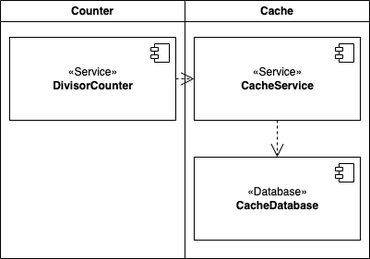
Above: doc.drawio.png in wehba-dotcom/DivisorCounter (draw.io), before the change. Source tidied: cells renumbered, new cells last; positions are measured from the earlier drawing's top-left corner, leaving out a move shared by most shapes.
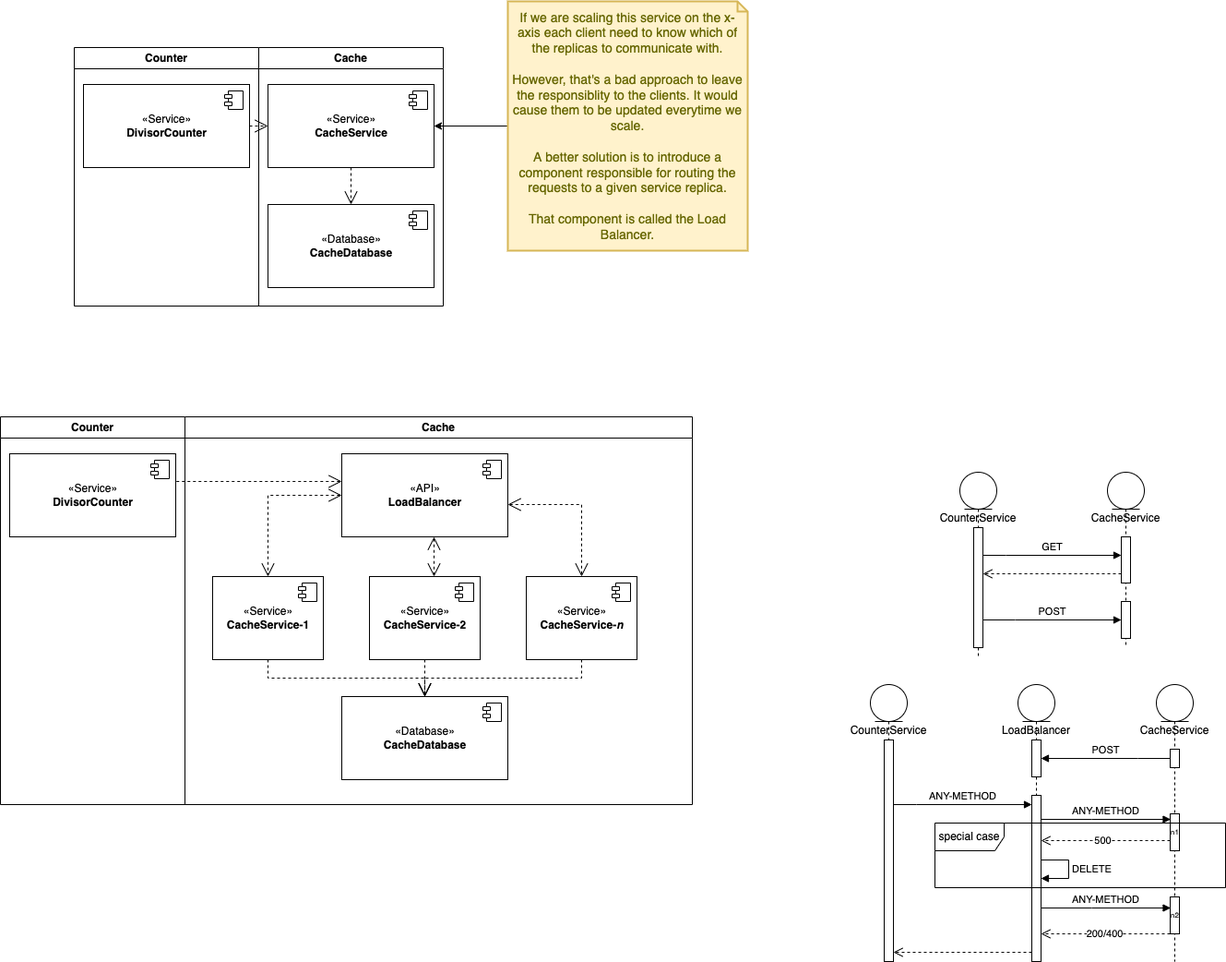
The same file after the commit.

Change to the diagram source:
```diff
@@ -38,5 +38,256 @@
     <mxCell id="11" style="endArrow=open;endSize=12;dashed=1;html=1;rounded=0;" parent="1" edge="1" source="3" target="6">
       <mxGeometry relative="1" as="geometry" />
     </mxCell>
+    <mxCell id="12" style="edgeStyle=orthogonalEdgeStyle;rounded=0;jettySize=auto;html=1;" parent="1" edge="1" source="13" target="6">
+      <mxGeometry relative="1" as="geometry" />
+    </mxCell>
+    <mxCell id="13" value="If we are scaling this service on the x-axis each client need to know which of the replicas to communicate with.&lt;br&gt;&lt;br&gt;However, that's a bad approach to leave the responsiblity to the clients. It would cause them to be updated everytime we scale.&lt;br&gt;&lt;br&gt;A better solution is to introduce a component responsible for routing the requests to a given service replica.&lt;br&gt;&lt;br&gt;That component is called the Load Balancer." style="shape=note;strokeWidth=2;fontSize=14;size=11;whiteSpace=wrap;html=1;fillColor=#fff2cc;strokeColor=#d6b656;fontColor=#666600;" parent="1" vertex="1">
+      <mxGeometry x="470" y="-50" width="260" height="270" as="geometry" />
+    </mxCell>
+    <mxCell id="14" value="Counter" style="swimlane;whiteSpace=wrap;html=1;" parent="1" vertex="1">
+      <mxGeometry x="-80" y="400" width="200" height="420" as="geometry" />
+    </mxCell>
+    <mxCell id="15" value="«Service»&lt;br&gt;&lt;b&gt;DivisorCounter&lt;/b&gt;" style="html=1;" parent="14" vertex="1">
+      <mxGeometry x="10" y="40" width="180" height="90" as="geometry" />
+    </mxCell>
+    <mxCell id="16" style="shape=module;jettyWidth=8;jettyHeight=4;" parent="15" vertex="1">
+      <mxGeometry x="1" width="20" height="20" relative="1" as="geometry">
+        <mxPoint x="-27" y="7" as="offset" />
+      </mxGeometry>
+    </mxCell>
+    <mxCell id="17" value="Cache&lt;br&gt;" style="swimlane;whiteSpace=wrap;html=1;" parent="1" vertex="1">
+      <mxGeometry x="120" y="400" width="550" height="420" as="geometry" />
+    </mxCell>
+    <mxCell id="18" value="«Database»&lt;br&gt;&lt;b&gt;CacheDatabase&lt;/b&gt;" style="html=1;" parent="17" vertex="1">
+      <mxGeometry x="170" y="303" width="180" height="90" as="geometry" />
+    </mxCell>
+    <mxCell id="19" style="shape=module;jettyWidth=8;jettyHeight=4;" parent="18" vertex="1">
+      <mxGeometry x="1" width="20" height="20" relative="1" as="geometry">
+        <mxPoint x="-27" y="7" as="offset" />
+      </mxGeometry>
+    </mxCell>
+    <mxCell id="20" style="endArrow=open;endSize=12;dashed=1;html=1;rounded=0;" parent="17" edge="1" target="18">
+      <mxGeometry relative="1" as="geometry">
+        <mxPoint x="260" y="263" as="sourcePoint" />
+      </mxGeometry>
+    </mxCell>
+    <mxCell id="21" value="«Service»&lt;br&gt;&lt;b&gt;CacheService-1&lt;/b&gt;" style="html=1;" parent="17" vertex="1">
+      <mxGeometry x="30" y="173" width="120" height="90" as="geometry" />
+    </mxCell>
+    <mxCell id="22" style="shape=module;jettyWidth=8;jettyHeight=4;" parent="21" vertex="1">
+      <mxGeometry x="1" width="20" height="20" relative="1" as="geometry">
+        <mxPoint x="-27" y="7" as="offset" />
+      </mxGeometry>
+    </mxCell>
+    <mxCell id="23" value="«Service»&lt;br&gt;&lt;b&gt;CacheService-2&lt;/b&gt;" style="html=1;" parent="17" vertex="1">
+      <mxGeometry x="200" y="173" width="120" height="90" as="geometry" />
+    </mxCell>
+    <mxCell id="24" style="shape=module;jettyWidth=8;jettyHeight=4;" parent="23" vertex="1">
+      <mxGeometry x="1" width="20" height="20" relative="1" as="geometry">
+        <mxPoint x="-27" y="7" as="offset" />
+      </mxGeometry>
+    </mxCell>
+    <mxCell id="25" value="«Service»&lt;br&gt;&lt;b&gt;CacheService-&lt;i&gt;n&lt;/i&gt;&lt;/b&gt;" style="html=1;" parent="17" vertex="1">
+      <mxGeometry x="370" y="173" width="120" height="90" as="geometry" />
+    </mxCell>
+    <mxCell id="26" style="shape=module;jettyWidth=8;jettyHeight=4;" parent="25" vertex="1">
+      <mxGeometry x="1" width="20" height="20" relative="1" as="geometry">
+        <mxPoint x="-27" y="7" as="offset" />
+      </mxGeometry>
+    </mxCell>
+    <mxCell id="27" style="endArrow=open;endSize=12;dashed=1;html=1;rounded=0;edgeStyle=orthogonalEdgeStyle;" parent="17" edge="1" source="21" target="18">
+      <mxGeometry relative="1" as="geometry">
+        <Array as="points">
+          <mxPoint x="90" y="283" />
+          <mxPoint x="260" y="283" />
+        </Array>
+      </mxGeometry>
+    </mxCell>
+    <mxCell id="28" style="endArrow=open;endSize=12;dashed=1;html=1;rounded=0;edgeStyle=orthogonalEdgeStyle;" parent="17" edge="1" source="25" target="18">
+      <mxGeometry relative="1" as="geometry">
+        <Array as="points">
+          <mxPoint x="430" y="283" />
+          <mxPoint x="260" y="283" />
+        </Array>
+      </mxGeometry>
+    </mxCell>
+    <mxCell id="29" value="«API»&lt;br&gt;&lt;b&gt;LoadBalancer&lt;/b&gt;" style="html=1;" parent="17" vertex="1">
+      <mxGeometry x="170" y="40" width="180" height="90" as="geometry" />
+    </mxCell>
+    <mxCell id="30" style="shape=module;jettyWidth=8;jettyHeight=4;" parent="29" vertex="1">
+      <mxGeometry x="1" width="20" height="20" relative="1" as="geometry">
+        <mxPoint x="-27" y="7" as="offset" />
+      </mxGeometry>
+    </mxCell>
+    <mxCell id="31" style="endArrow=open;endSize=12;dashed=1;html=1;rounded=0;edgeStyle=orthogonalEdgeStyle;startArrow=open;startFill=0;startSize=12;" parent="17" edge="1" source="29" target="21">
+      <mxGeometry relative="1" as="geometry">
+        <Array as="points">
+          <mxPoint x="90" y="85" />
+        </Array>
+      </mxGeometry>
+    </mxCell>
+    <mxCell id="32" style="endArrow=open;endSize=12;dashed=1;html=1;rounded=0;edgeStyle=orthogonalEdgeStyle;startArrow=open;startFill=0;startSize=12;" parent="17" edge="1" source="29" target="25">
+      <mxGeometry relative="1" as="geometry">
+        <Array as="points">
+          <mxPoint x="430" y="95" />
+        </Array>
+      </mxGeometry>
+    </mxCell>
+    <mxCell id="33" style="endArrow=open;endSize=12;dashed=1;html=1;rounded=0;edgeStyle=orthogonalEdgeStyle;startArrow=open;startFill=0;startSize=12;" parent="17" edge="1" source="29" target="23">
+      <mxGeometry relative="1" as="geometry">
+        <Array as="points">
+          <mxPoint x="270" y="160" />
+          <mxPoint x="270" y="160" />
+        </Array>
+      </mxGeometry>
+    </mxCell>
+    <mxCell id="34" style="endArrow=none;endSize=12;dashed=1;html=1;rounded=0;edgeStyle=orthogonalEdgeStyle;startArrow=open;startFill=0;startSize=12;endFill=0;" parent="1" edge="1" source="29" target="15">
+      <mxGeometry relative="1" as="geometry">
+        <Array as="points">
+          <mxPoint x="170" y="470" />
+          <mxPoint x="170" y="470" />
+        </Array>
+      </mxGeometry>
+    </mxCell>
+    <mxCell id="35" value="CounterService" style="shape=umlLifeline;participant=umlEntity;perimeter=lifelinePerimeter;whiteSpace=wrap;html=1;verticalAlign=top;spacingTop=36;size=40;" parent="1" vertex="1">
+      <mxGeometry x="960" y="460" width="40" height="200" as="geometry" />
+    </mxCell>
+    <mxCell id="36" style="html=1;points=[];perimeter=orthogonalPerimeter;" parent="35" vertex="1">
+      <mxGeometry x="15" y="60" width="10" height="130" as="geometry" />
+    </mxCell>
+    <mxCell id="37" value="CacheService" style="shape=umlLifeline;participant=umlEntity;perimeter=lifelinePerimeter;whiteSpace=wrap;html=1;verticalAlign=top;spacingTop=36;" parent="1" vertex="1">
+      <mxGeometry x="1120" y="460" width="40" height="190" as="geometry" />
+    </mxCell>
+    <mxCell id="38" style="html=1;points=[];perimeter=orthogonalPerimeter;" parent="37" vertex="1">
+      <mxGeometry x="15" y="70" width="10" height="50" as="geometry" />
+    </mxCell>
+    <mxCell id="39" style="html=1;points=[];perimeter=orthogonalPerimeter;" parent="37" vertex="1">
+      <mxGeometry x="15" y="140" width="10" height="40" as="geometry" />
+    </mxCell>
+    <mxCell id="40" value="GET" style="html=1;verticalAlign=bottom;endArrow=block;rounded=0;startSize=12;" parent="1" edge="1" source="36" target="38">
+      <mxGeometry relative="1" as="geometry">
+        <Array as="points">
+          <mxPoint x="1010" y="550" />
+        </Array>
+      </mxGeometry>
+    </mxCell>
+    <mxCell id="41" style="html=1;verticalAlign=bottom;endArrow=open;dashed=1;endSize=8;rounded=0;" parent="1" edge="1" source="38" target="36">
+      <mxGeometry relative="1" as="geometry">
+        <Array as="points">
+          <mxPoint x="1060" y="570" />
+        </Array>
+      </mxGeometry>
+    </mxCell>
+    <mxCell id="42" value="POST" style="html=1;verticalAlign=bottom;endArrow=block;rounded=0;startSize=12;" parent="1" edge="1" source="36" target="39">
+      <mxGeometry relative="1" as="geometry">
+        <Array as="points">
+          <mxPoint x="1020" y="620" />
+        </Array>
+      </mxGeometry>
+    </mxCell>
+    <mxCell id="43" value="CounterService" style="shape=umlLifeline;participant=umlEntity;perimeter=lifelinePerimeter;whiteSpace=wrap;html=1;verticalAlign=top;spacingTop=36;size=40;" parent="1" vertex="1">
+      <mxGeometry x="863" y="690" width="40" height="300" as="geometry" />
+    </mxCell>
+    <mxCell id="44" style="html=1;perimeter=orthogonalPerimeter;" parent="43" vertex="1">
+      <mxGeometry x="15" y="60" width="10" height="240" as="geometry" />
+    </mxCell>
+    <mxCell id="45" value="LoadBalancer" style="shape=umlLifeline;participant=umlEntity;perimeter=lifelinePerimeter;whiteSpace=wrap;html=1;verticalAlign=top;spacingTop=36;" parent="1" vertex="1">
+      <mxGeometry x="1023" y="690" width="40" height="300" as="geometry" />
+    </mxCell>
+    <mxCell id="46" style="html=1;points=[];perimeter=orthogonalPerimeter;" parent="45" vertex="1">
+      <mxGeometry x="15" y="120" width="10" height="180" as="geometry" />
+    </mxCell>
+    <mxCell id="47" style="html=1;points=[];perimeter=orthogonalPerimeter;" parent="45" vertex="1">
+      <mxGeometry x="15" y="60" width="10" height="40" as="geometry" />
+    </mxCell>
+    <mxCell id="48" value="DELETE" style="edgeStyle=orthogonalEdgeStyle;html=1;align=left;spacingLeft=2;endArrow=block;rounded=0;startSize=6;endSize=6;" parent="45" edge="1" target="46">
+      <mxGeometry relative="1" as="geometry">
+        <mxPoint x="25" y="190" as="sourcePoint" />
+        <Array as="points">
+          <mxPoint x="55" y="190" />
+          <mxPoint x="55" y="210" />
+        </Array>
+      </mxGeometry>
+    </mxCell>
+    <mxCell id="49" value="ANY-METHOD" style="html=1;verticalAlign=bottom;endArrow=block;rounded=0;startSize=12;" parent="1" edge="1" target="46">
+      <mxGeometry relative="1" as="geometry">
+        <mxPoint x="888" y="820" as="sourcePoint" />
+        <Array as="points">
+          <mxPoint x="913" y="820" />
+        </Array>
+      </mxGeometry>
+    </mxCell>
+    <mxCell id="50" style="html=1;verticalAlign=bottom;endArrow=open;dashed=1;endSize=8;rounded=0;" parent="1" edge="1" source="55" target="46">
+      <mxGeometry relative="1" as="geometry">
+        <Array as="points">
+          <mxPoint x="1103" y="960" />
+        </Array>
+      </mxGeometry>
+    </mxCell>
+    <mxCell id="51" value="200/400" style="edgeLabel;html=1;align=center;verticalAlign=middle;" parent="50" vertex="1">
+      <mxGeometry x="0.04" y="-1" relative="1" as="geometry" />
+    </mxCell>
+    <mxCell id="52" value="CacheService" style="shape=umlLifeline;participant=umlEntity;perimeter=lifelinePerimeter;whiteSpace=wrap;html=1;verticalAlign=top;spacingTop=36;" parent="1" vertex="1">
+      <mxGeometry x="1173" y="690" width="40" height="300" as="geometry" />
+    </mxCell>
+    <mxCell id="53" style="html=1;points=[];perimeter=orthogonalPerimeter;" parent="52" vertex="1">
+      <mxGeometry x="15" y="70" width="10" height="20" as="geometry" />
+    </mxCell>
+    <mxCell id="54" value="n1" style="html=1;perimeter=orthogonalPerimeter;fontSize=8;" parent="52" vertex="1">
+      <mxGeometry x="15" y="140" width="10" height="40" as="geometry" />
+    </mxCell>
+    <mxCell id="55" value="n2" style="html=1;points=[];perimeter=orthogonalPerimeter;fontSize=8;" parent="52" vertex="1">
+      <mxGeometry x="15" y="230" width="10" height="40" as="geometry" />
+    </mxCell>
+    <mxCell id="56" value="POST" style="html=1;verticalAlign=bottom;endArrow=none;rounded=0;startSize=6;startArrow=block;startFill=1;endFill=0;endSize=6;" parent="1" edge="1" source="47" target="53">
+      <mxGeometry relative="1" as="geometry">
+        <Array as="points">
+          <mxPoint x="1153" y="770" />
+        </Array>
+      </mxGeometry>
+    </mxCell>
+    <mxCell id="57" value="ANY-METHOD" style="html=1;verticalAlign=bottom;endArrow=block;rounded=0;startSize=12;entryX=0.05;entryY=0.35;entryDx=0;entryDy=0;entryPerimeter=0;" parent="1" edge="1">
+      <mxGeometry relative="1" as="geometry">
+        <mxPoint x="1048" y="836" as="sourcePoint" />
+        <mxPoint x="1188.5" y="836" as="targetPoint" />
+        <Array as="points">
+          <mxPoint x="1103" y="836" />
+        </Array>
+      </mxGeometry>
+    </mxCell>
+    <mxCell id="58" style="html=1;verticalAlign=bottom;endArrow=open;dashed=1;endSize=8;rounded=0;" parent="1" edge="1">
+      <mxGeometry relative="1" as="geometry">
+        <mxPoint x="1188" y="859" as="sourcePoint" />
+        <mxPoint x="1048" y="859" as="targetPoint" />
+        <Array as="points">
+          <mxPoint x="1103" y="859" />
+        </Array>
+      </mxGeometry>
+    </mxCell>
+    <mxCell id="59" value="500" style="edgeLabel;html=1;align=center;verticalAlign=middle;" parent="58" vertex="1">
+      <mxGeometry x="0.06" y="-1" relative="1" as="geometry">
+        <mxPoint x="1" as="offset" />
+      </mxGeometry>
+    </mxCell>
+    <mxCell id="60" value="special case" style="shape=umlFrame;whiteSpace=wrap;html=1;width=75;height=30;" parent="1" vertex="1">
+      <mxGeometry x="933" y="840" width="315" height="70" as="geometry" />
+    </mxCell>
+    <mxCell id="61" value="ANY-METHOD" style="html=1;verticalAlign=bottom;endArrow=block;rounded=0;startSize=12;entryX=0.05;entryY=0.35;entryDx=0;entryDy=0;entryPerimeter=0;" parent="1" edge="1">
+      <mxGeometry relative="1" as="geometry">
+        <mxPoint x="1048" y="932" as="sourcePoint" />
+        <mxPoint x="1188.5" y="932" as="targetPoint" />
+        <Array as="points">
+          <mxPoint x="1103" y="932" />
+        </Array>
+      </mxGeometry>
+    </mxCell>
+    <mxCell id="62" style="html=1;verticalAlign=bottom;endArrow=open;dashed=1;endSize=8;rounded=0;" parent="1" edge="1" source="46">
+      <mxGeometry relative="1" as="geometry">
+        <mxPoint x="888" y="980" as="targetPoint" />
+        <Array as="points">
+          <mxPoint x="943" y="980" />
+        </Array>
+      </mxGeometry>
+    </mxCell>
   </root>
 </mxGraphModel>
```
